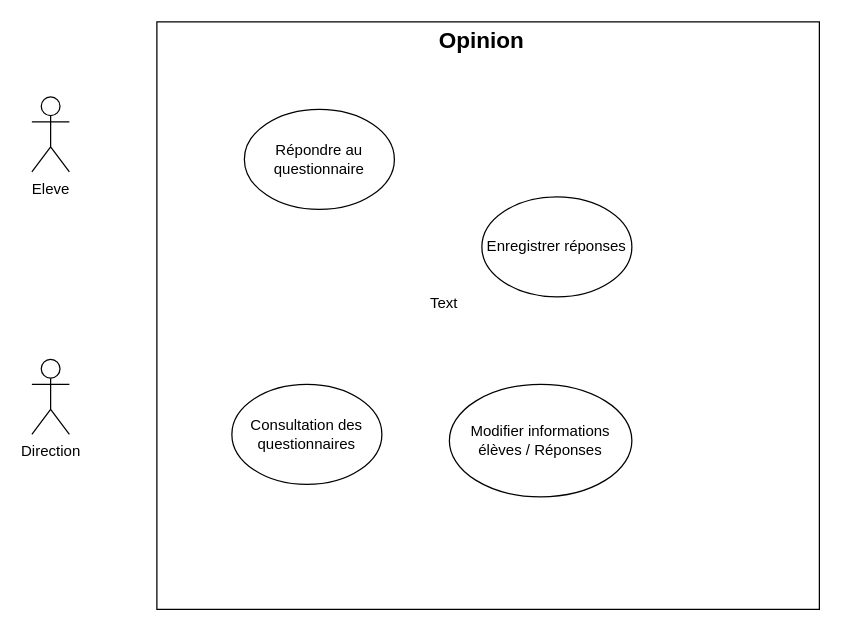
Before: Use_Cases.drawio in Devetik/Diagrammes, a draw.io diagram. Source tidied: cells renumbered, new cells numbered last; positions are measured from the earlier drawing's top-left corner, leaving out a move shared by most shapes. Both pictures are drawn from the tidied source at 125%, with x=0, y=0 at pixel (31, 21).
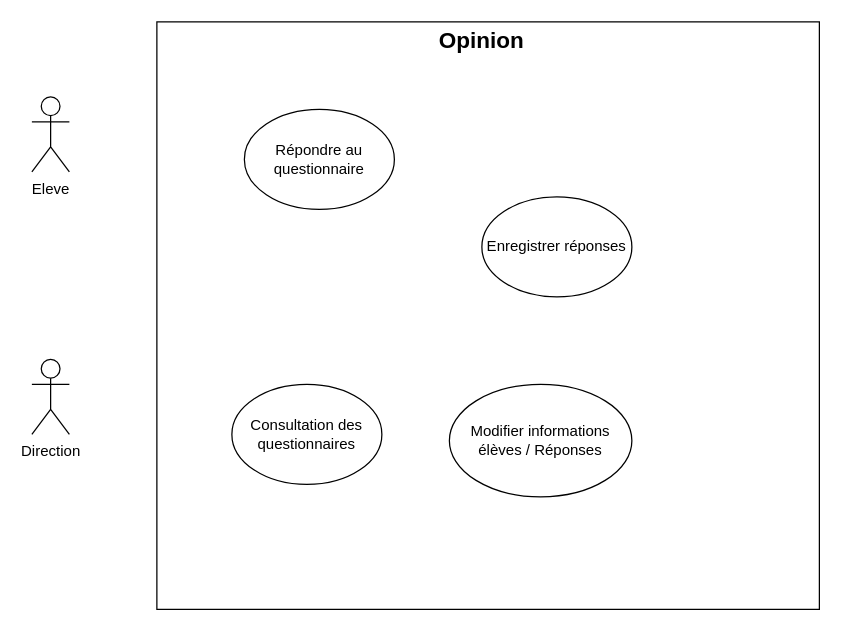
After the change.

What changed in the source:
```diff
@@
 <mxGraphModel>
   <root>
     <mxCell id="0" />
     <mxCell id="1" parent="0" />
     <mxCell id="2" style="rounded=0;whiteSpace=wrap;html=1;fillColor=none;shadow=0;" parent="1" vertex="1">
       <mxGeometry x="100" width="530" height="470" as="geometry" />
     </mxCell>
     <mxCell id="3" value="Direction&lt;br&gt;" style="shape=umlActor;verticalLabelPosition=bottom;verticalAlign=top;html=1;" parent="1" vertex="1">
       <mxGeometry y="270" width="30" height="60" as="geometry" />
     </mxCell>
     <mxCell id="4" value="Eleve&lt;br&gt;" style="shape=umlActor;verticalLabelPosition=bottom;verticalAlign=top;html=1;" parent="1" vertex="1">
       <mxGeometry y="60" width="30" height="60" as="geometry" />
     </mxCell>
     <mxCell id="5" value="Répondre au questionnaire" style="ellipse;whiteSpace=wrap;html=1;fillColor=none;" parent="1" vertex="1">
       <mxGeometry x="170" y="70" width="120" height="80" as="geometry" />
     </mxCell>
     <mxCell id="6" value="Enregistrer réponses" style="ellipse;whiteSpace=wrap;html=1;fillColor=none;" parent="1" vertex="1">
       <mxGeometry x="360" y="140" width="120" height="80" as="geometry" />
     </mxCell>
     <mxCell id="7" value="Modifier informations élèves / Réponses" style="ellipse;whiteSpace=wrap;html=1;fillColor=none;" parent="1" vertex="1">
       <mxGeometry x="334" y="290" width="146" height="90" as="geometry" />
     </mxCell>
     <mxCell id="8" value="Consultation des questionnaires" style="ellipse;whiteSpace=wrap;html=1;fillColor=none;" parent="1" vertex="1">
       <mxGeometry x="160" y="290" width="120" height="80" as="geometry" />
     </mxCell>
-    <mxCell id="9" value="Text" style="text;html=1;strokeColor=none;fillColor=none;align=center;verticalAlign=middle;whiteSpace=wrap;rounded=0;shadow=0;" parent="1" vertex="1">
-      <mxGeometry x="300" y="210" width="60" height="30" as="geometry" />
-    </mxCell>
     <mxCell id="10" value="&lt;b&gt;&lt;font style=&quot;font-size: 18px;&quot;&gt;Opinion&lt;/font&gt;&lt;/b&gt;" style="text;html=1;strokeColor=none;fillColor=none;align=center;verticalAlign=middle;whiteSpace=wrap;rounded=0;shadow=0;" parent="1" vertex="1">
       <mxGeometry x="330" width="60" height="30" as="geometry" />
     </mxCell>
   </root>
 </mxGraphModel>
```
